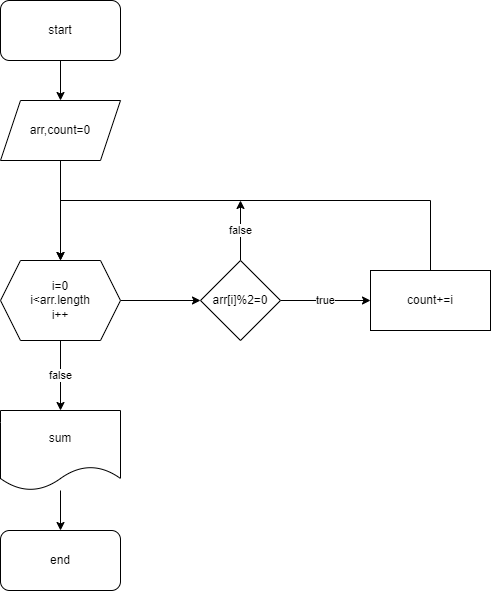
This is arr-task2.png from MubarizAgayev/arraytasks, a draw.io export, as it was before one commit. Source tidied: cells renumbered, new cells last; positions are measured from the earlier drawing's top-left corner, leaving out a move shared by most shapes. Source of this version:
```xml
<mxGraphModel>
  <root>
    <mxCell id="0" />
    <mxCell id="1" parent="0" />
    <mxCell id="2" style="edgeStyle=orthogonalEdgeStyle;rounded=0;jettySize=auto;html=1;entryX=0.5;entryY=0;entryDx=0;entryDy=0;" parent="1" edge="1" source="3" target="5">
      <mxGeometry relative="1" as="geometry" />
    </mxCell>
    <mxCell id="3" value="start" style="rounded=1;whiteSpace=wrap;html=1;" parent="1" vertex="1">
      <mxGeometry width="120" height="60" as="geometry" />
    </mxCell>
    <mxCell id="4" style="edgeStyle=orthogonalEdgeStyle;rounded=0;jettySize=auto;html=1;entryX=0.5;entryY=0;entryDx=0;entryDy=0;" parent="1" edge="1" source="5" target="8">
      <mxGeometry relative="1" as="geometry" />
    </mxCell>
    <mxCell id="5" value="arr,count=0" style="shape=parallelogram;perimeter=parallelogramPerimeter;whiteSpace=wrap;html=1;fixedSize=1;" parent="1" vertex="1">
      <mxGeometry y="100" width="120" height="60" as="geometry" />
    </mxCell>
    <mxCell id="6" style="edgeStyle=orthogonalEdgeStyle;rounded=0;jettySize=auto;html=1;entryX=0;entryY=0.5;entryDx=0;entryDy=0;" parent="1" edge="1" source="8" target="11">
      <mxGeometry relative="1" as="geometry" />
    </mxCell>
    <mxCell id="7" value="false" style="edgeStyle=orthogonalEdgeStyle;rounded=0;jettySize=auto;html=1;" parent="1" edge="1" source="8" target="15">
      <mxGeometry relative="1" as="geometry" />
    </mxCell>
    <mxCell id="8" value="i=0&lt;br&gt;i&amp;lt;arr.length&lt;br&gt;i++" style="shape=hexagon;perimeter=hexagonPerimeter2;whiteSpace=wrap;html=1;fixedSize=1;" parent="1" vertex="1">
      <mxGeometry y="260" width="120" height="80" as="geometry" />
    </mxCell>
    <mxCell id="9" value="true" style="edgeStyle=orthogonalEdgeStyle;rounded=0;jettySize=auto;html=1;entryX=0;entryY=0.5;entryDx=0;entryDy=0;" parent="1" edge="1" source="11" target="13">
      <mxGeometry relative="1" as="geometry" />
    </mxCell>
    <mxCell id="10" value="false" style="edgeStyle=orthogonalEdgeStyle;rounded=0;jettySize=auto;html=1;" parent="1" edge="1" source="11">
      <mxGeometry relative="1" as="geometry">
        <mxPoint x="240" y="200" as="targetPoint" />
      </mxGeometry>
    </mxCell>
    <mxCell id="11" value="arr[i]%2=0" style="rhombus;whiteSpace=wrap;html=1;" parent="1" vertex="1">
      <mxGeometry x="200" y="260" width="80" height="80" as="geometry" />
    </mxCell>
    <mxCell id="12" style="edgeStyle=orthogonalEdgeStyle;rounded=0;jettySize=auto;html=1;entryX=0.5;entryY=0;entryDx=0;entryDy=0;" parent="1" edge="1" source="13" target="8">
      <mxGeometry relative="1" as="geometry">
        <Array as="points">
          <mxPoint x="430" y="200" />
          <mxPoint x="60" y="200" />
        </Array>
      </mxGeometry>
    </mxCell>
    <mxCell id="13" value="count+=i" style="rounded=0;whiteSpace=wrap;html=1;" parent="1" vertex="1">
      <mxGeometry x="370" y="270" width="120" height="60" as="geometry" />
    </mxCell>
    <mxCell id="14" style="edgeStyle=orthogonalEdgeStyle;rounded=0;jettySize=auto;html=1;" parent="1" edge="1" source="15" target="16">
      <mxGeometry relative="1" as="geometry" />
    </mxCell>
    <mxCell id="15" value="sum" style="shape=document;whiteSpace=wrap;html=1;boundedLbl=1;" parent="1" vertex="1">
      <mxGeometry y="410" width="120" height="80" as="geometry" />
    </mxCell>
    <mxCell id="16" value="end" style="rounded=1;whiteSpace=wrap;html=1;" parent="1" vertex="1">
      <mxGeometry y="530" width="120" height="60" as="geometry" />
    </mxCell>
  </root>
</mxGraphModel>
```
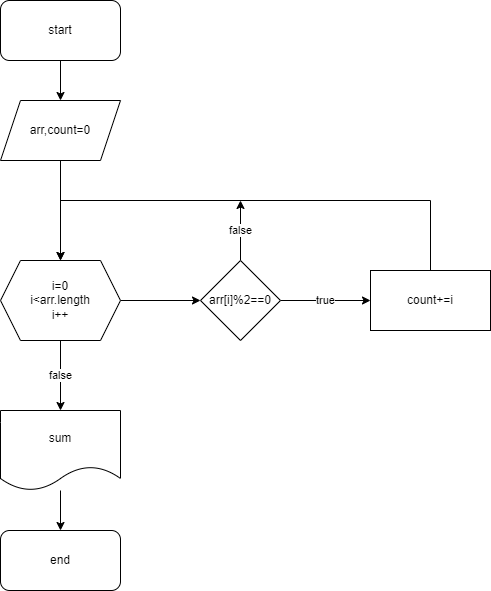
After the commit.

Commit message:
array task

The edit, as a diff of the source:
```diff
@@ -31,7 +31,7 @@
         <mxPoint x="240" y="200" as="targetPoint" />
       </mxGeometry>
     </mxCell>
-    <mxCell id="11" value="arr[i]%2=0" style="rhombus;whiteSpace=wrap;html=1;" parent="1" vertex="1">
+    <mxCell id="11" value="arr[i]%2==0" style="rhombus;whiteSpace=wrap;html=1;" parent="1" vertex="1">
       <mxGeometry x="200" y="260" width="80" height="80" as="geometry" />
     </mxCell>
     <mxCell id="12" style="edgeStyle=orthogonalEdgeStyle;rounded=0;jettySize=auto;html=1;entryX=0.5;entryY=0;entryDx=0;entryDy=0;" parent="1" edge="1" source="13" target="8">
```
